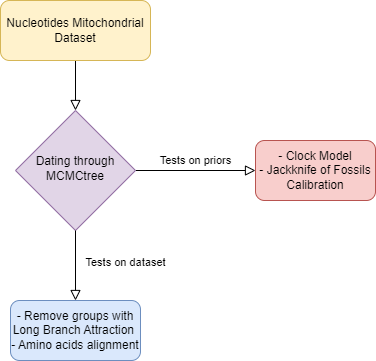
Above: Workflow.png in NiccoloRighetti/MantoGryllo_Dating (draw.io), before the change. Source tidied: cells renumbered, new cells last; positions are measured from the earlier drawing's top-left corner, leaving out a move shared by most shapes.
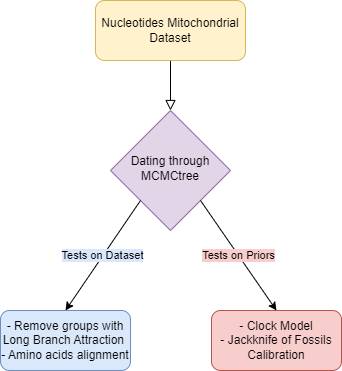
The same diagram one commit later.

Change to the diagram source:
```diff
@@ -6,22 +6,22 @@
       <mxGeometry relative="1" as="geometry" />
     </mxCell>
     <mxCell id="3" value="Nucleotides Mitochondrial Dataset" style="rounded=1;whiteSpace=wrap;html=1;fontSize=12;glass=0;strokeWidth=1;shadow=0;fillColor=#fff2cc;strokeColor=#d6b656;" parent="1" vertex="1">
-      <mxGeometry width="150" height="60" as="geometry" />
+      <mxGeometry x="179" y="10" width="150" height="60" as="geometry" />
     </mxCell>
-    <mxCell id="4" value="Tests on priors&lt;span style=&quot;white-space: pre;&quot;&gt;&#9;&lt;/span&gt;" style="edgeStyle=orthogonalEdgeStyle;rounded=0;html=1;jettySize=auto;fontSize=11;endArrow=block;endFill=0;endSize=8;strokeWidth=1;shadow=0;labelBackgroundColor=none;" parent="1" edge="1" source="5" target="6">
-      <mxGeometry y="10" relative="1" as="geometry" />
-    </mxCell>
     <mxCell id="5" value="Dating through MCMCtree" style="rhombus;whiteSpace=wrap;html=1;shadow=0;fontFamily=Helvetica;fontSize=12;align=center;strokeWidth=1;spacing=6;spacingTop=-4;fillColor=#e1d5e7;strokeColor=#9673a6;" parent="1" vertex="1">
-      <mxGeometry x="15" y="110" width="120" height="120" as="geometry" />
+      <mxGeometry x="194" y="120" width="120" height="120" as="geometry" />
     </mxCell>
     <mxCell id="6" value="- Clock Model&lt;br&gt;- Jackknife of Fossils Calibration" style="rounded=1;whiteSpace=wrap;html=1;fontSize=12;glass=0;strokeWidth=1;shadow=0;fillColor=#f8cecc;strokeColor=#b85450;" parent="1" vertex="1">
-      <mxGeometry x="255" y="140" width="120" height="60" as="geometry" />
+      <mxGeometry x="295" y="320" width="130" height="60" as="geometry" />
     </mxCell>
     <mxCell id="7" value="- Remove groups with Long Branch Attraction&amp;nbsp;&lt;br&gt;- Amino acids alignment" style="rounded=1;whiteSpace=wrap;html=1;fontSize=12;glass=0;strokeWidth=1;shadow=0;fillColor=#dae8fc;strokeColor=#6c8ebf;" parent="1" vertex="1">
-      <mxGeometry x="10" y="300" width="130" height="60" as="geometry" />
+      <mxGeometry x="84" y="320" width="130" height="60" as="geometry" />
     </mxCell>
+    <mxCell id="4" value="Tests on Priors" style="endArrow=classic;html=1;rounded=0;entryX=0.5;entryY=0;entryDx=0;entryDy=0;exitX=1;exitY=1;exitDx=0;exitDy=0;labelBackgroundColor=#f8cecc;" parent="1" edge="1" source="5" target="6">
+      <mxGeometry relative="1" as="geometry" />
+    </mxCell>
-    <mxCell id="8" value="Tests on dataset" style="edgeStyle=orthogonalEdgeStyle;rounded=0;html=1;jettySize=auto;fontSize=11;endArrow=block;endFill=0;endSize=8;strokeWidth=1;shadow=0;labelBackgroundColor=none;exitX=0.5;exitY=1;exitDx=0;exitDy=0;entryX=0.5;entryY=0;entryDx=0;entryDy=0;" parent="1" edge="1" source="5" target="7">
-      <mxGeometry x="-0.09" y="50" relative="1" as="geometry" />
+    <mxCell id="8" value="Tests on Dataset" style="endArrow=classic;html=1;rounded=0;entryX=0.5;entryY=0;entryDx=0;entryDy=0;exitX=0;exitY=1;exitDx=0;exitDy=0;labelBackgroundColor=#dae8fc;" parent="1" edge="1" source="5" target="7">
+      <mxGeometry relative="1" as="geometry" />
     </mxCell>
   </root>
 </mxGraphModel>
```
